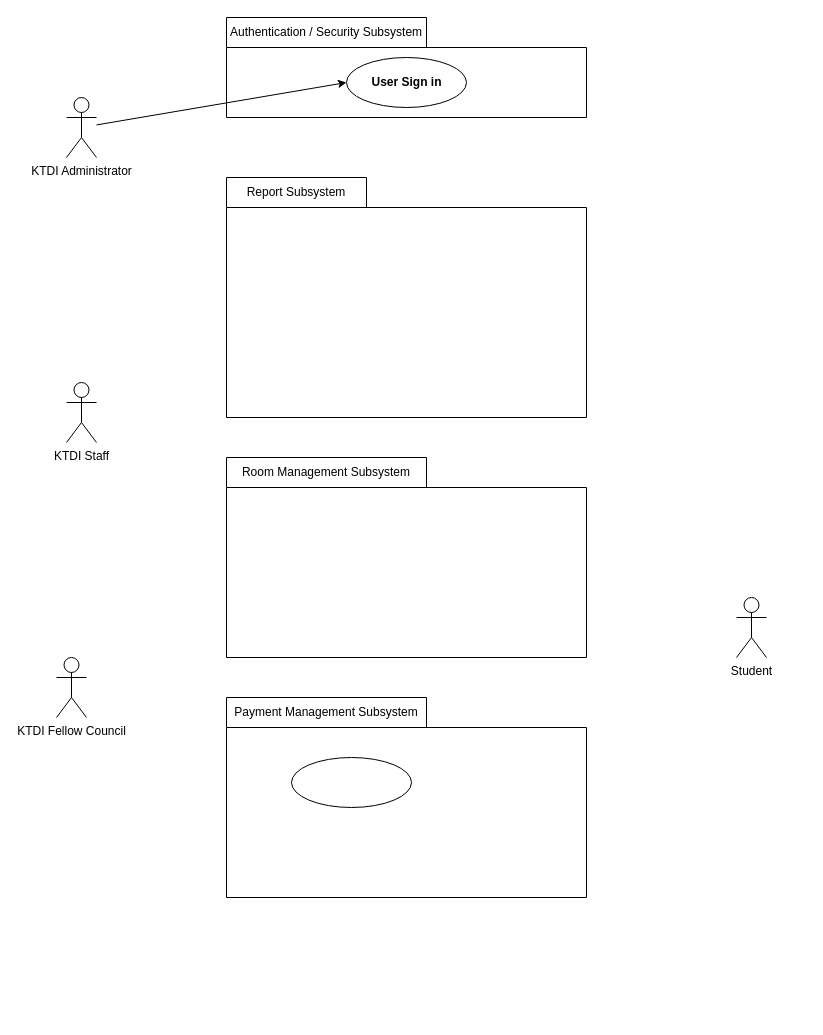
Earlier version of the draw.io diagram page "Page-1" (1 of 2) of project/drawio/stakeholder/use_case.drawio (drshahizan/software-engineering). Source tidied: cells renumbered, new cells numbered last; positions are measured from the earlier drawing's top-left corner, leaving out a move shared by most shapes. Both pictures are drawn from the tidied source at 100%, with x=0, y=0 at pixel (56, 17).
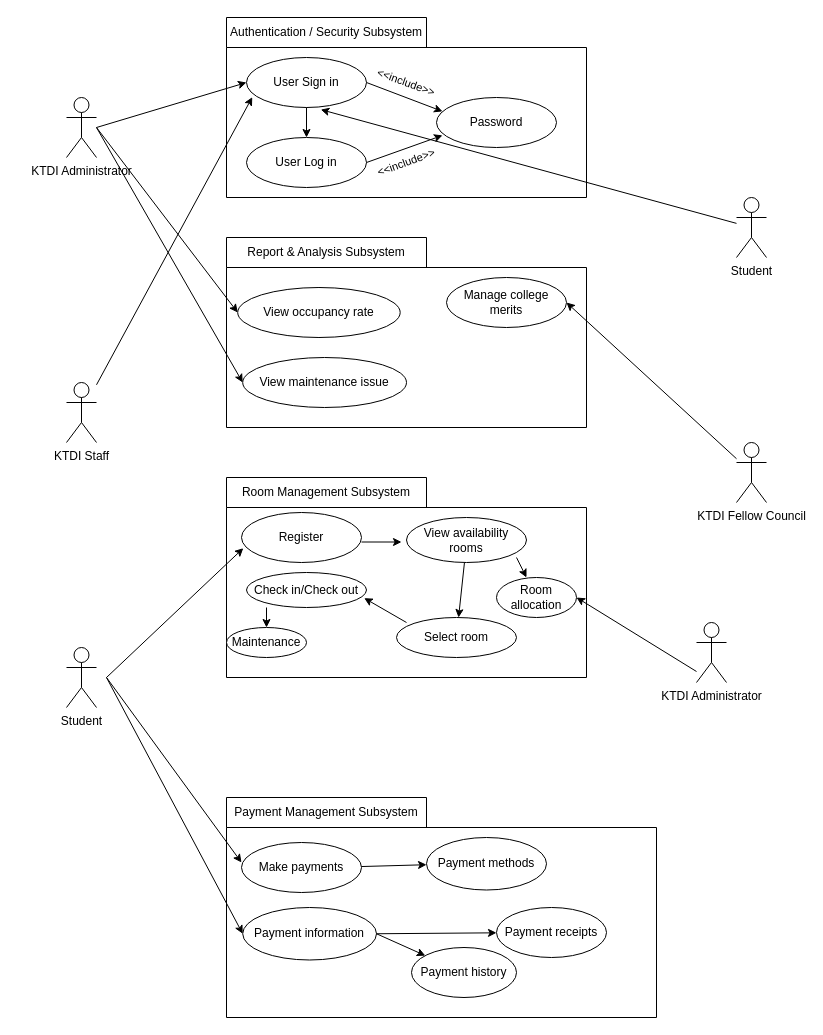
After the change.

Unchanged cells that the change refers to:
```xml
<mxCell id="2" value="KTDI Administrator" style="shape=umlActor;verticalLabelPosition=bottom;verticalAlign=top;html=1;" parent="1" vertex="1">
  <mxGeometry x="10" y="80" width="30" height="60" as="geometry" />
</mxCell>
<mxCell id="3" value="KTDI Staff" style="shape=umlActor;verticalLabelPosition=bottom;verticalAlign=top;html=1;" parent="1" vertex="1">
  <mxGeometry x="10" y="365" width="30" height="60" as="geometry" />
</mxCell>
```

Change to the diagram source:
```diff
@@
     <mxCell id="4" value="Student" style="shape=umlActor;verticalLabelPosition=bottom;verticalAlign=top;html=1;" parent="1" vertex="1">
-      <mxGeometry x="680" y="580" width="30" height="60" as="geometry" />
+      <mxGeometry x="680" y="180" width="30" height="60" as="geometry" />
     </mxCell>
     <mxCell id="5" value="KTDI Fellow Council" style="shape=umlActor;verticalLabelPosition=bottom;verticalAlign=top;html=1;" parent="1" vertex="1">
-      <mxGeometry y="640" width="30" height="60" as="geometry" />
+      <mxGeometry x="680" y="425" width="30" height="60" as="geometry" />
     </mxCell>
-    <mxCell id="6" value="User Sign in" style="shape=folder;fontStyle=1;tabWidth=200;tabHeight=30;tabPosition=left;html=1;boundedLbl=1;" parent="1" vertex="1">
-      <mxGeometry x="170" width="360" height="100" as="geometry" />
+    <mxCell id="6" style="shape=folder;fontStyle=1;tabWidth=200;tabHeight=30;tabPosition=left;html=1;boundedLbl=1;" parent="1" vertex="1">
+      <mxGeometry x="170" width="360" height="180" as="geometry" />
     </mxCell>
+    <mxCell id="17" style="edgeStyle=none;html=1;entryX=0.5;entryY=0;entryDx=0;entryDy=0;" parent="1" edge="1" source="7" target="21">
+      <mxGeometry relative="1" as="geometry" />
+    </mxCell>
     <mxCell id="7" style="ellipse;whiteSpace=wrap;html=1;fillColor=none;" parent="1" vertex="1">
-      <mxGeometry x="290" y="40" width="120" height="50" as="geometry" />
+      <mxGeometry x="190" y="40" width="120" height="50" as="geometry" />
     </mxCell>
@@
-    <mxCell id="9" style="edgeStyle=none;html=1;entryX=0;entryY=0.5;entryDx=0;entryDy=0;" parent="1" edge="1" source="2" target="7">
-      <mxGeometry relative="1" as="geometry" />
+    <mxCell id="9" style="edgeStyle=none;html=1;entryX=0;entryY=0.5;entryDx=0;entryDy=0;" parent="1" edge="1" target="7">
+      <mxGeometry relative="1" as="geometry">
+        <mxPoint x="40" y="110" as="sourcePoint" />
+      </mxGeometry>
     </mxCell>
-    <mxCell id="10" style="shape=folder;fontStyle=1;tabWidth=140;tabHeight=30;tabPosition=left;html=1;boundedLbl=1;" parent="1" vertex="1">
-      <mxGeometry x="170" y="160" width="360" height="240" as="geometry" />
+    <mxCell id="10" style="shape=folder;fontStyle=1;tabWidth=200;tabHeight=30;tabPosition=left;html=1;boundedLbl=1;" parent="1" vertex="1">
+      <mxGeometry x="170" y="220" width="360" height="190" as="geometry" />
     </mxCell>
-    <mxCell id="11" value="Report Subsystem" style="text;html=1;strokeColor=none;fillColor=none;align=center;verticalAlign=middle;whiteSpace=wrap;rounded=0;" parent="1" vertex="1">
-      <mxGeometry x="140" y="160" width="200" height="30" as="geometry" />
+    <mxCell id="11" value="Report &amp;amp; Analysis Subsystem" style="text;html=1;strokeColor=none;fillColor=none;align=center;verticalAlign=middle;whiteSpace=wrap;rounded=0;" parent="1" vertex="1">
+      <mxGeometry x="170" y="220" width="200" height="30" as="geometry" />
     </mxCell>
     <mxCell id="12" style="shape=folder;fontStyle=1;tabWidth=200;tabHeight=30;tabPosition=left;html=1;boundedLbl=1;" parent="1" vertex="1">
-      <mxGeometry x="170" y="440" width="360" height="200" as="geometry" />
+      <mxGeometry x="170" y="460" width="360" height="200" as="geometry" />
     </mxCell>
     <mxCell id="13" value="Room Management Subsystem" style="text;html=1;strokeColor=none;fillColor=none;align=center;verticalAlign=middle;whiteSpace=wrap;rounded=0;" parent="1" vertex="1">
-      <mxGeometry x="170" y="440" width="200" height="30" as="geometry" />
+      <mxGeometry x="170" y="460" width="200" height="30" as="geometry" />
     </mxCell>
     <mxCell id="14" style="shape=folder;fontStyle=1;tabWidth=200;tabHeight=30;tabPosition=left;html=1;boundedLbl=1;" parent="1" vertex="1">
-      <mxGeometry x="170" y="680" width="360" height="200" as="geometry" />
+      <mxGeometry x="170" y="780" width="430" height="220" as="geometry" />
     </mxCell>
     <mxCell id="15" value="Payment Management Subsystem" style="text;html=1;strokeColor=none;fillColor=none;align=center;verticalAlign=middle;whiteSpace=wrap;rounded=0;" parent="1" vertex="1">
-      <mxGeometry x="170" y="680" width="200" height="30" as="geometry" />
+      <mxGeometry x="170" y="780" width="200" height="30" as="geometry" />
     </mxCell>
-    <mxCell id="16" style="ellipse;whiteSpace=wrap;html=1;fillColor=none;" parent="1" vertex="1">
-      <mxGeometry x="235" y="740" width="120" height="50" as="geometry" />
-    </mxCell>
+    <mxCell id="18" style="edgeStyle=none;html=1;entryX=0.05;entryY=0.278;entryDx=0;entryDy=0;exitX=1;exitY=0.5;exitDx=0;exitDy=0;entryPerimeter=0;" parent="1" edge="1" source="7" target="23">
+      <mxGeometry relative="1" as="geometry" />
+    </mxCell>
+    <mxCell id="19" value="User Sign in" style="text;html=1;strokeColor=none;fillColor=none;align=center;verticalAlign=middle;whiteSpace=wrap;rounded=0;" parent="1" vertex="1">
+      <mxGeometry x="215" y="50" width="70" height="30" as="geometry" />
+    </mxCell>
+    <mxCell id="20" style="edgeStyle=none;html=1;entryX=0.05;entryY=0.758;entryDx=0;entryDy=0;exitX=1;exitY=0.5;exitDx=0;exitDy=0;entryPerimeter=0;" parent="1" edge="1" source="21" target="23">
+      <mxGeometry relative="1" as="geometry" />
+    </mxCell>
+    <mxCell id="21" style="ellipse;whiteSpace=wrap;html=1;fillColor=none;" parent="1" vertex="1">
+      <mxGeometry x="190" y="120" width="120" height="50" as="geometry" />
+    </mxCell>
+    <mxCell id="22" value="User Log in" style="text;html=1;strokeColor=none;fillColor=none;align=center;verticalAlign=middle;whiteSpace=wrap;rounded=0;" parent="1" vertex="1">
+      <mxGeometry x="215" y="130" width="70" height="30" as="geometry" />
+    </mxCell>
+    <mxCell id="23" style="ellipse;whiteSpace=wrap;html=1;fillColor=none;" parent="1" vertex="1">
+      <mxGeometry x="380" y="80" width="120" height="50" as="geometry" />
+    </mxCell>
+    <mxCell id="24" value="Password" style="text;html=1;strokeColor=none;fillColor=none;align=center;verticalAlign=middle;whiteSpace=wrap;rounded=0;" parent="1" vertex="1">
+      <mxGeometry x="405" y="90" width="70" height="30" as="geometry" />
+    </mxCell>
+    <mxCell id="25" value="Register" style="ellipse;whiteSpace=wrap;html=1;" parent="1" vertex="1">
+      <mxGeometry x="185" y="495" width="120" height="50" as="geometry" />
+    </mxCell>
+    <mxCell id="26" style="edgeStyle=none;html=1;" parent="1" edge="1" source="27" target="46">
+      <mxGeometry relative="1" as="geometry" />
+    </mxCell>
+    <mxCell id="27" value="Make payments" style="ellipse;whiteSpace=wrap;html=1;fillColor=none;" parent="1" vertex="1">
+      <mxGeometry x="185" y="825" width="120" height="50" as="geometry" />
+    </mxCell>
+    <mxCell id="28" value="&amp;lt;&amp;lt;include&amp;gt;&amp;gt;" style="text;html=1;strokeColor=none;fillColor=none;align=center;verticalAlign=middle;whiteSpace=wrap;rounded=0;fontSize=11;rotation=20;" parent="1" vertex="1">
+      <mxGeometry x="320" y="50" width="60" height="30" as="geometry" />
+    </mxCell>
+    <mxCell id="29" value="&amp;lt;&amp;lt;include&amp;gt;&amp;gt;" style="text;html=1;strokeColor=none;fillColor=none;align=center;verticalAlign=middle;whiteSpace=wrap;rounded=0;fontSize=11;rotation=-20;" parent="1" vertex="1">
+      <mxGeometry x="320" y="130" width="60" height="30" as="geometry" />
+    </mxCell>
+    <mxCell id="30" style="edgeStyle=none;html=1;entryX=0;entryY=0.4;entryDx=0;entryDy=0;entryPerimeter=0;" parent="1" edge="1" target="27">
+      <mxGeometry relative="1" as="geometry">
+        <mxPoint x="50" y="660" as="sourcePoint" />
+      </mxGeometry>
+    </mxCell>
+    <mxCell id="31" style="edgeStyle=none;html=1;entryX=0;entryY=0.5;entryDx=0;entryDy=0;" parent="1" edge="1" target="60">
+      <mxGeometry relative="1" as="geometry">
+        <mxPoint x="50" y="660" as="sourcePoint" />
+      </mxGeometry>
+    </mxCell>
+    <mxCell id="32" value="Student" style="shape=umlActor;verticalLabelPosition=bottom;verticalAlign=top;html=1;" parent="1" vertex="1">
+      <mxGeometry x="10" y="630" width="30" height="60" as="geometry" />
+    </mxCell>
+    <mxCell id="33" style="edgeStyle=none;html=1;entryX=0.048;entryY=0.793;entryDx=0;entryDy=0;entryPerimeter=0;" parent="1" edge="1" source="3" target="7">
+      <mxGeometry relative="1" as="geometry" />
+    </mxCell>
+    <mxCell id="34" style="endArrow=classic;html=1;" parent="1" edge="1">
+      <mxGeometry relative="1" as="geometry">
+        <mxPoint x="305" y="524.5" as="sourcePoint" />
+        <mxPoint x="345" y="524.5" as="targetPoint" />
+      </mxGeometry>
+    </mxCell>
+    <mxCell id="35" style="edgeStyle=none;html=1;" parent="1" edge="1" source="36" target="38">
+      <mxGeometry relative="1" as="geometry" />
+    </mxCell>
+    <mxCell id="36" value="View availability rooms" style="ellipse;whiteSpace=wrap;html=1;" parent="1" vertex="1">
+      <mxGeometry x="350" y="500" width="120" height="45" as="geometry" />
+    </mxCell>
+    <mxCell id="37" value="View occupancy rate" style="text;html=1;strokeColor=none;fillColor=none;align=center;verticalAlign=middle;whiteSpace=wrap;rounded=0;" parent="1" vertex="1">
+      <mxGeometry x="186.2" y="280" width="152.5" height="30" as="geometry" />
+    </mxCell>
+    <mxCell id="38" value="Select room" style="ellipse;whiteSpace=wrap;html=1;" parent="1" vertex="1">
+      <mxGeometry x="340" y="600" width="120" height="40" as="geometry" />
+    </mxCell>
+    <mxCell id="39" style="ellipse;whiteSpace=wrap;html=1;fillColor=none;" parent="1" vertex="1">
+      <mxGeometry x="181.2" y="270" width="162.5" height="50" as="geometry" />
+    </mxCell>
+    <mxCell id="40" style="edgeStyle=none;html=1;exitX=1;exitY=0.5;exitDx=0;exitDy=0;" parent="1" edge="1" source="60" target="44">
+      <mxGeometry relative="1" as="geometry" />
+    </mxCell>
+    <mxCell id="41" style="edgeStyle=none;html=1;exitX=1;exitY=0.5;exitDx=0;exitDy=0;" parent="1" edge="1" source="60" target="51">
+      <mxGeometry relative="1" as="geometry" />
+    </mxCell>
+    <mxCell id="42" value="Check in/Check out" style="ellipse;whiteSpace=wrap;html=1;" parent="1" vertex="1">
+      <mxGeometry x="190" y="555" width="120" height="35" as="geometry" />
+    </mxCell>
+    <mxCell id="43" style="endArrow=classic;html=1;entryX=0.981;entryY=0.732;entryDx=0;entryDy=0;entryPerimeter=0;" parent="1" edge="1" target="42">
+      <mxGeometry relative="1" as="geometry">
+        <mxPoint x="350" y="605" as="sourcePoint" />
+      </mxGeometry>
+    </mxCell>
+    <mxCell id="44" value="Payment receipts" style="ellipse;whiteSpace=wrap;html=1;fillColor=none;" parent="1" vertex="1">
+      <mxGeometry x="440" y="890" width="110" height="50" as="geometry" />
+    </mxCell>
+    <mxCell id="45" style="endArrow=classic;html=1;" parent="1" edge="1">
+      <mxGeometry relative="1" as="geometry">
+        <mxPoint x="210" y="590" as="sourcePoint" />
+        <mxPoint x="210" y="610" as="targetPoint" />
+      </mxGeometry>
+    </mxCell>
+    <mxCell id="46" value="Payment methods" style="ellipse;whiteSpace=wrap;html=1;fillColor=none;" parent="1" vertex="1">
+      <mxGeometry x="370" y="820" width="120" height="52.5" as="geometry" />
+    </mxCell>
+    <mxCell id="47" value="Maintenance" style="ellipse;whiteSpace=wrap;html=1;" parent="1" vertex="1">
+      <mxGeometry x="170" y="610" width="80" height="30" as="geometry" />
+    </mxCell>
+    <mxCell id="48" value="View maintenance issue" style="ellipse;whiteSpace=wrap;html=1;fillColor=none;" parent="1" vertex="1">
+      <mxGeometry x="186.2" y="340" width="163.8" height="50" as="geometry" />
+    </mxCell>
+    <mxCell id="49" style="endArrow=classic;html=1;" parent="1" edge="1">
+      <mxGeometry relative="1" as="geometry">
+        <mxPoint x="460" y="540" as="sourcePoint" />
+        <mxPoint x="470" y="560" as="targetPoint" />
+      </mxGeometry>
+    </mxCell>
+    <mxCell id="50" value="Room allocation" style="ellipse;whiteSpace=wrap;html=1;" parent="1" vertex="1">
+      <mxGeometry x="440" y="560" width="80" height="40" as="geometry" />
+    </mxCell>
+    <mxCell id="51" value="Payment history" style="ellipse;whiteSpace=wrap;html=1;fillColor=none;" parent="1" vertex="1">
+      <mxGeometry x="355" y="930" width="105" height="50" as="geometry" />
+    </mxCell>
+    <mxCell id="52" style="endArrow=classic;html=1;entryX=0.015;entryY=0.714;entryDx=0;entryDy=0;entryPerimeter=0;" parent="1" edge="1" target="25">
+      <mxGeometry relative="1" as="geometry">
+        <mxPoint x="50" y="660" as="sourcePoint" />
+      </mxGeometry>
+    </mxCell>
+    <mxCell id="53" style="edgeStyle=none;html=1;entryX=0;entryY=0.5;entryDx=0;entryDy=0;" parent="1" edge="1" target="48">
+      <mxGeometry relative="1" as="geometry">
+        <mxPoint x="40" y="110" as="sourcePoint" />
+      </mxGeometry>
+    </mxCell>
+    <mxCell id="54" style="edgeStyle=none;html=1;entryX=0;entryY=0.5;entryDx=0;entryDy=0;" parent="1" edge="1" target="39">
+      <mxGeometry relative="1" as="geometry">
+        <mxPoint x="40" y="110" as="sourcePoint" />
+      </mxGeometry>
+    </mxCell>
+    <mxCell id="55" value="Manage college merits" style="ellipse;whiteSpace=wrap;html=1;fillColor=none;" parent="1" vertex="1">
+      <mxGeometry x="390" y="260" width="120" height="50" as="geometry" />
+    </mxCell>
+    <mxCell id="56" style="edgeStyle=none;html=1;entryX=1;entryY=0.5;entryDx=0;entryDy=0;" parent="1" edge="1" source="5" target="55">
+      <mxGeometry relative="1" as="geometry" />
+    </mxCell>
+    <mxCell id="57" style="edgeStyle=none;html=1;entryX=0.619;entryY=1.042;entryDx=0;entryDy=0;entryPerimeter=0;" parent="1" edge="1" source="4" target="7">
+      <mxGeometry relative="1" as="geometry" />
+    </mxCell>
+    <mxCell id="58" value="KTDI Administrator" style="shape=umlActor;verticalLabelPosition=bottom;verticalAlign=top;html=1;" parent="1" vertex="1">
+      <mxGeometry x="640" y="605" width="30" height="60" as="geometry" />
+    </mxCell>
+    <mxCell id="59" style="endArrow=classic;html=1;entryX=1;entryY=0.5;entryDx=0;entryDy=0;" parent="1" edge="1" target="50">
+      <mxGeometry relative="1" as="geometry">
+        <mxPoint x="640" y="654" as="sourcePoint" />
+      </mxGeometry>
+    </mxCell>
+    <mxCell id="60" value="Payment information" style="ellipse;whiteSpace=wrap;html=1;fillColor=none;" parent="1" vertex="1">
+      <mxGeometry x="186.2" y="890" width="133.8" height="52.5" as="geometry" />
+    </mxCell>
```
